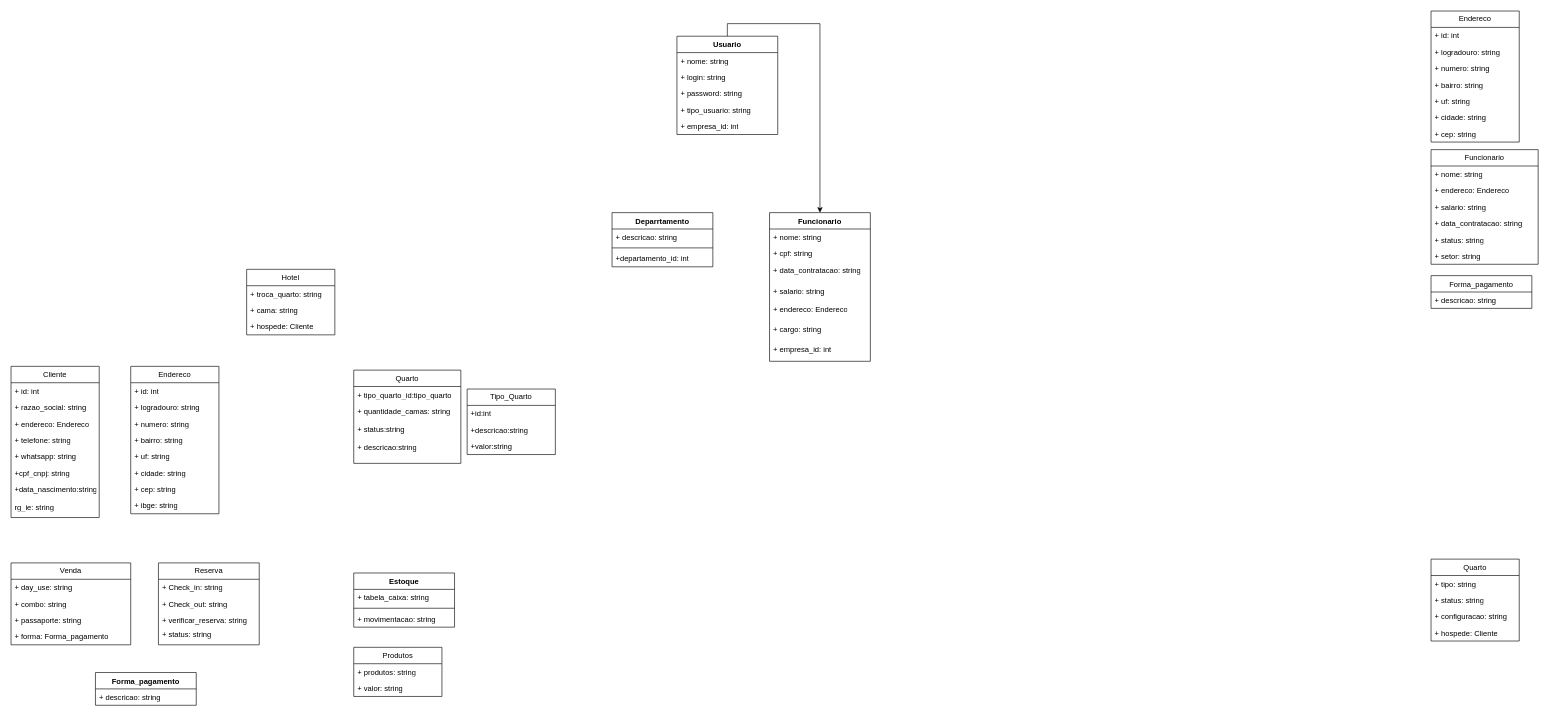
FSOFTSistemas/Lago keeps this draw.io diagram as page "Geral" (1 of 4) of Diagrama sem nome.drawio. Above is the earlier version. Source tidied: cells renumbered, new cells numbered last; positions are measured from the earlier drawing's top-left corner, leaving out a move shared by most shapes. Both pictures are drawn from the tidied source at 63%, with x=0, y=0 at pixel (11, 11).
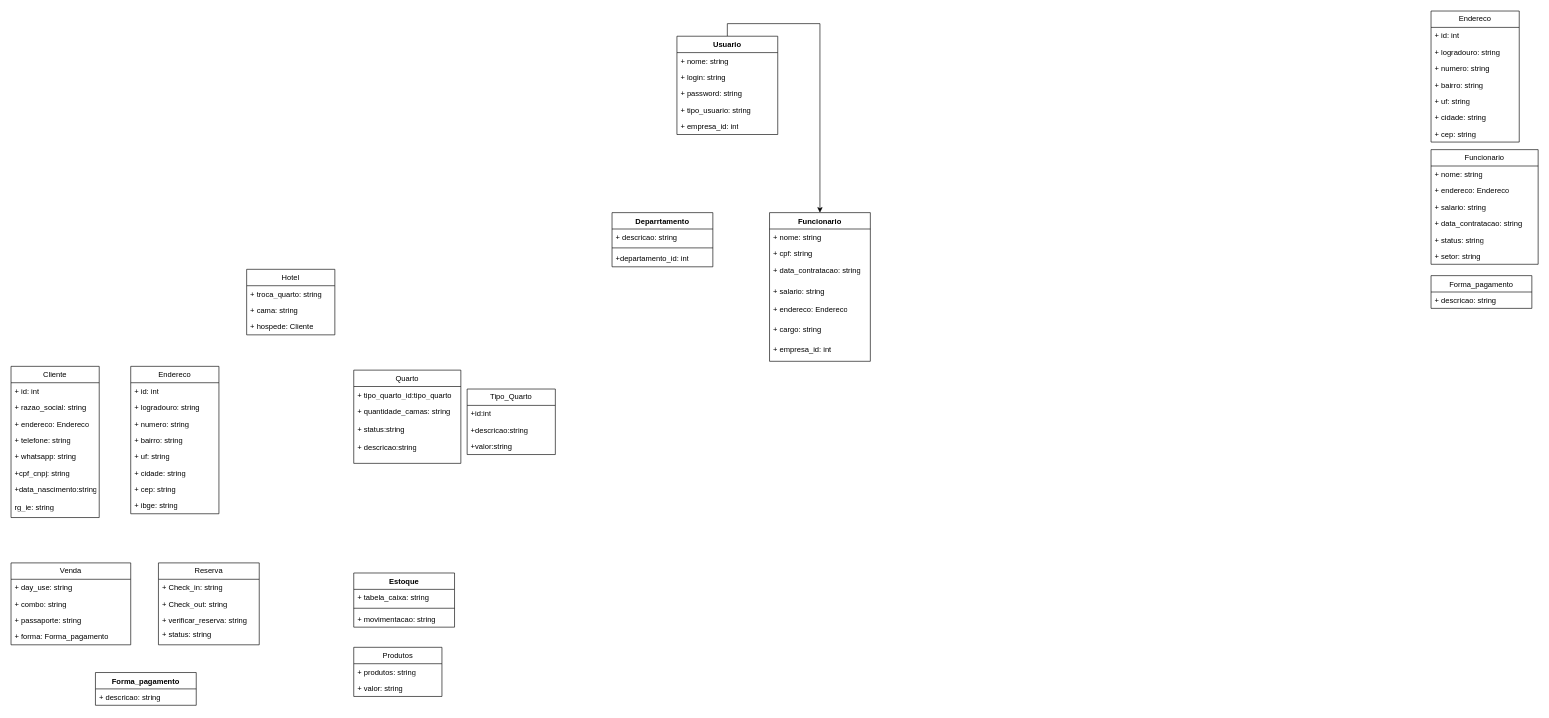
The same page after the edit.

What changed in the source:
```diff
@@
-    <mxCell id="35" value="Quarto" style="swimlane;fontStyle=0;horizontal=1;startSize=26;fillColor=none;whiteSpace=wrap;html=1;" parent="1" vertex="1">
-      <mxGeometry x="2254" y="870" width="140" height="130" as="geometry" />
-    </mxCell>
-    <mxCell id="36" value="+ tipo: string" style="text;strokeColor=none;fillColor=none;align=left;verticalAlign=top;spacingLeft=4;spacingRight=4;overflow=hidden;whiteSpace=wrap;html=1;" parent="35" vertex="1">
-      <mxGeometry y="26" width="140" height="26" as="geometry" />
-    </mxCell>
-    <mxCell id="37" value="+ status: string" style="text;strokeColor=none;fillColor=none;align=left;verticalAlign=top;spacingLeft=4;spacingRight=4;overflow=hidden;whiteSpace=wrap;html=1;" parent="35" vertex="1">
-      <mxGeometry y="52" width="140" height="26" as="geometry" />
-    </mxCell>
-    <mxCell id="38" value="+ configuracao: string" style="text;strokeColor=none;fillColor=none;align=left;verticalAlign=top;spacingLeft=4;spacingRight=4;overflow=hidden;whiteSpace=wrap;html=1;" parent="35" vertex="1">
-      <mxGeometry y="78" width="140" height="26" as="geometry" />
-    </mxCell>
-    <mxCell id="39" value="+ hospede: Cliente" style="text;strokeColor=none;fillColor=none;align=left;verticalAlign=top;spacingLeft=4;spacingRight=4;overflow=hidden;whiteSpace=wrap;html=1;" parent="35" vertex="1">
-      <mxGeometry y="104" width="140" height="26" as="geometry" />
-    </mxCell>
```
